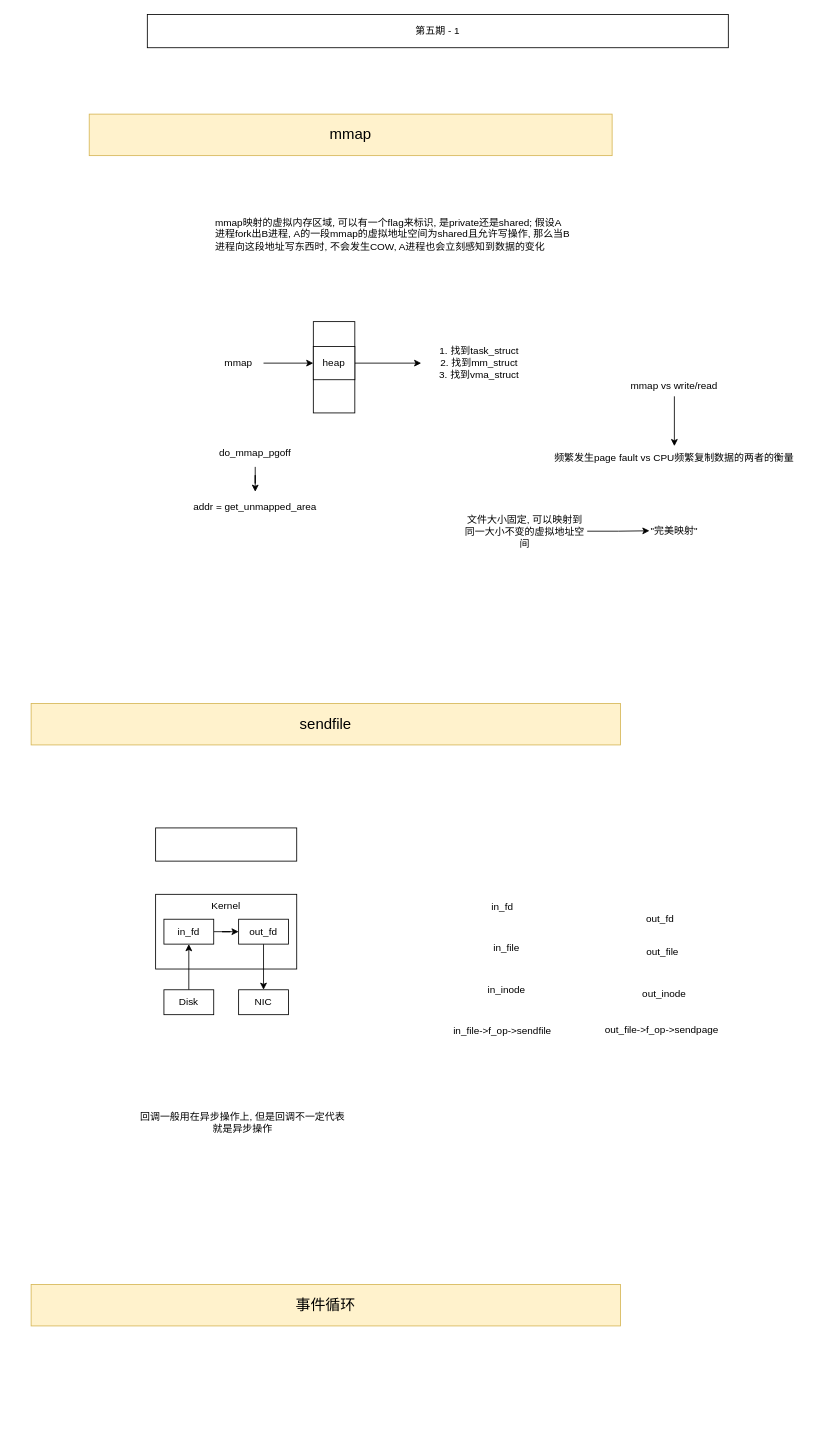
Before: IO-2.drawio in haoboliu66/Diagram, a draw.io diagram. Source tidied: cells renumbered, new cells numbered last; positions are measured from the earlier drawing's top-left corner, leaving out a move shared by most shapes. Both pictures are drawn from the tidied source at 83%, with x=0, y=0 at pixel (31, 14).
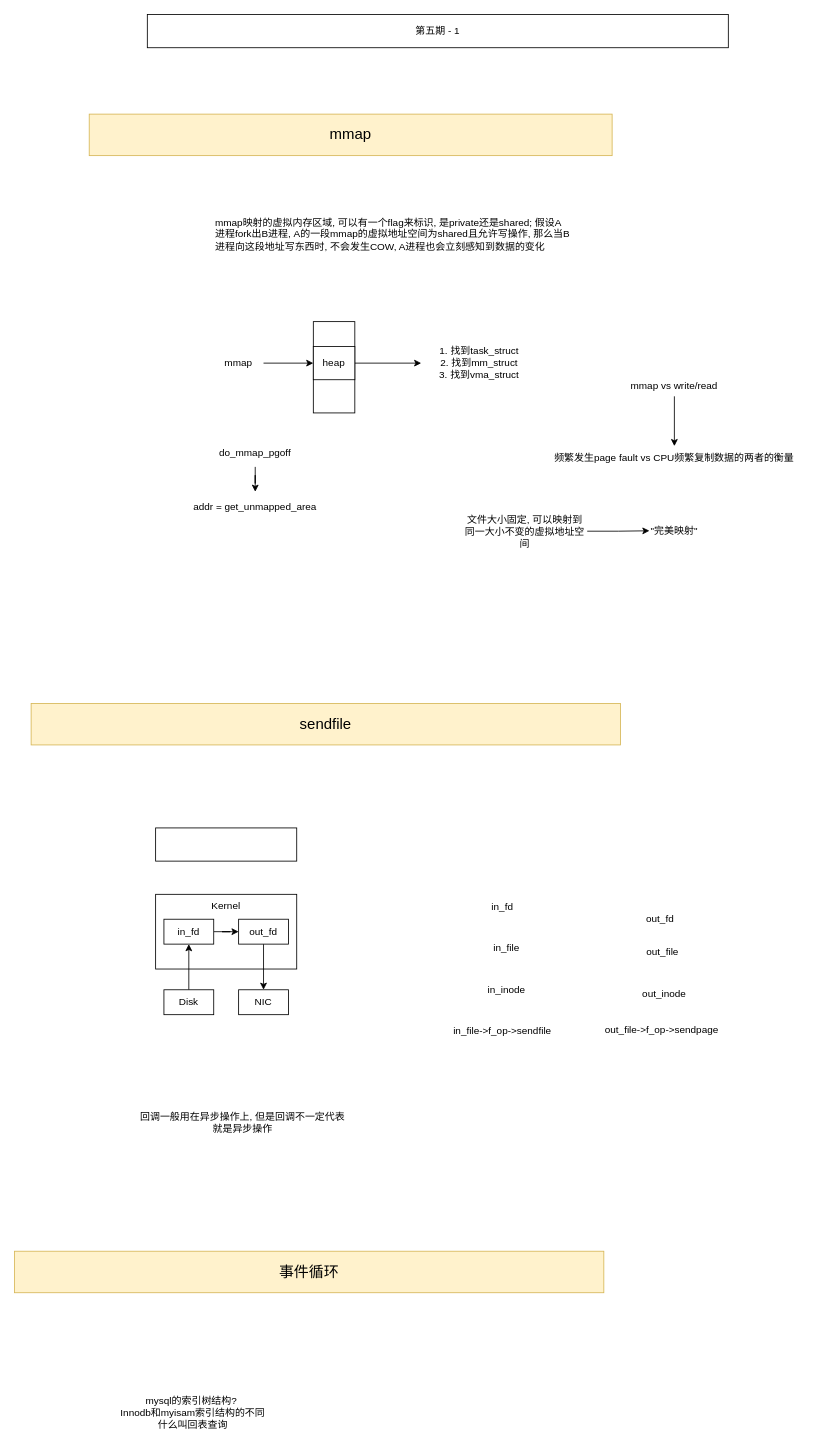
The same diagram, later.

What changed in the source:
```diff
@@
     <mxCell id="39" value="事件循环" style="text;html=1;strokeColor=#d6b656;fillColor=#fff2cc;align=center;verticalAlign=middle;whiteSpace=wrap;rounded=0;fontSize=18;" parent="1" vertex="1">
-      <mxGeometry y="1530" width="710" height="50" as="geometry" />
+      <mxGeometry x="-20" y="1490" width="710" height="50" as="geometry" />
     </mxCell>
+    <mxCell id="40" value="mysql的索引树结构?&amp;nbsp;&lt;br&gt;Innodb和myisam索引结构的不同&lt;br&gt;什么叫回表查询" style="text;html=1;strokeColor=none;fillColor=none;align=center;verticalAlign=middle;whiteSpace=wrap;rounded=0;" parent="1" vertex="1">
+      <mxGeometry x="60" y="1660" width="270" height="50" as="geometry" />
+    </mxCell>
```
